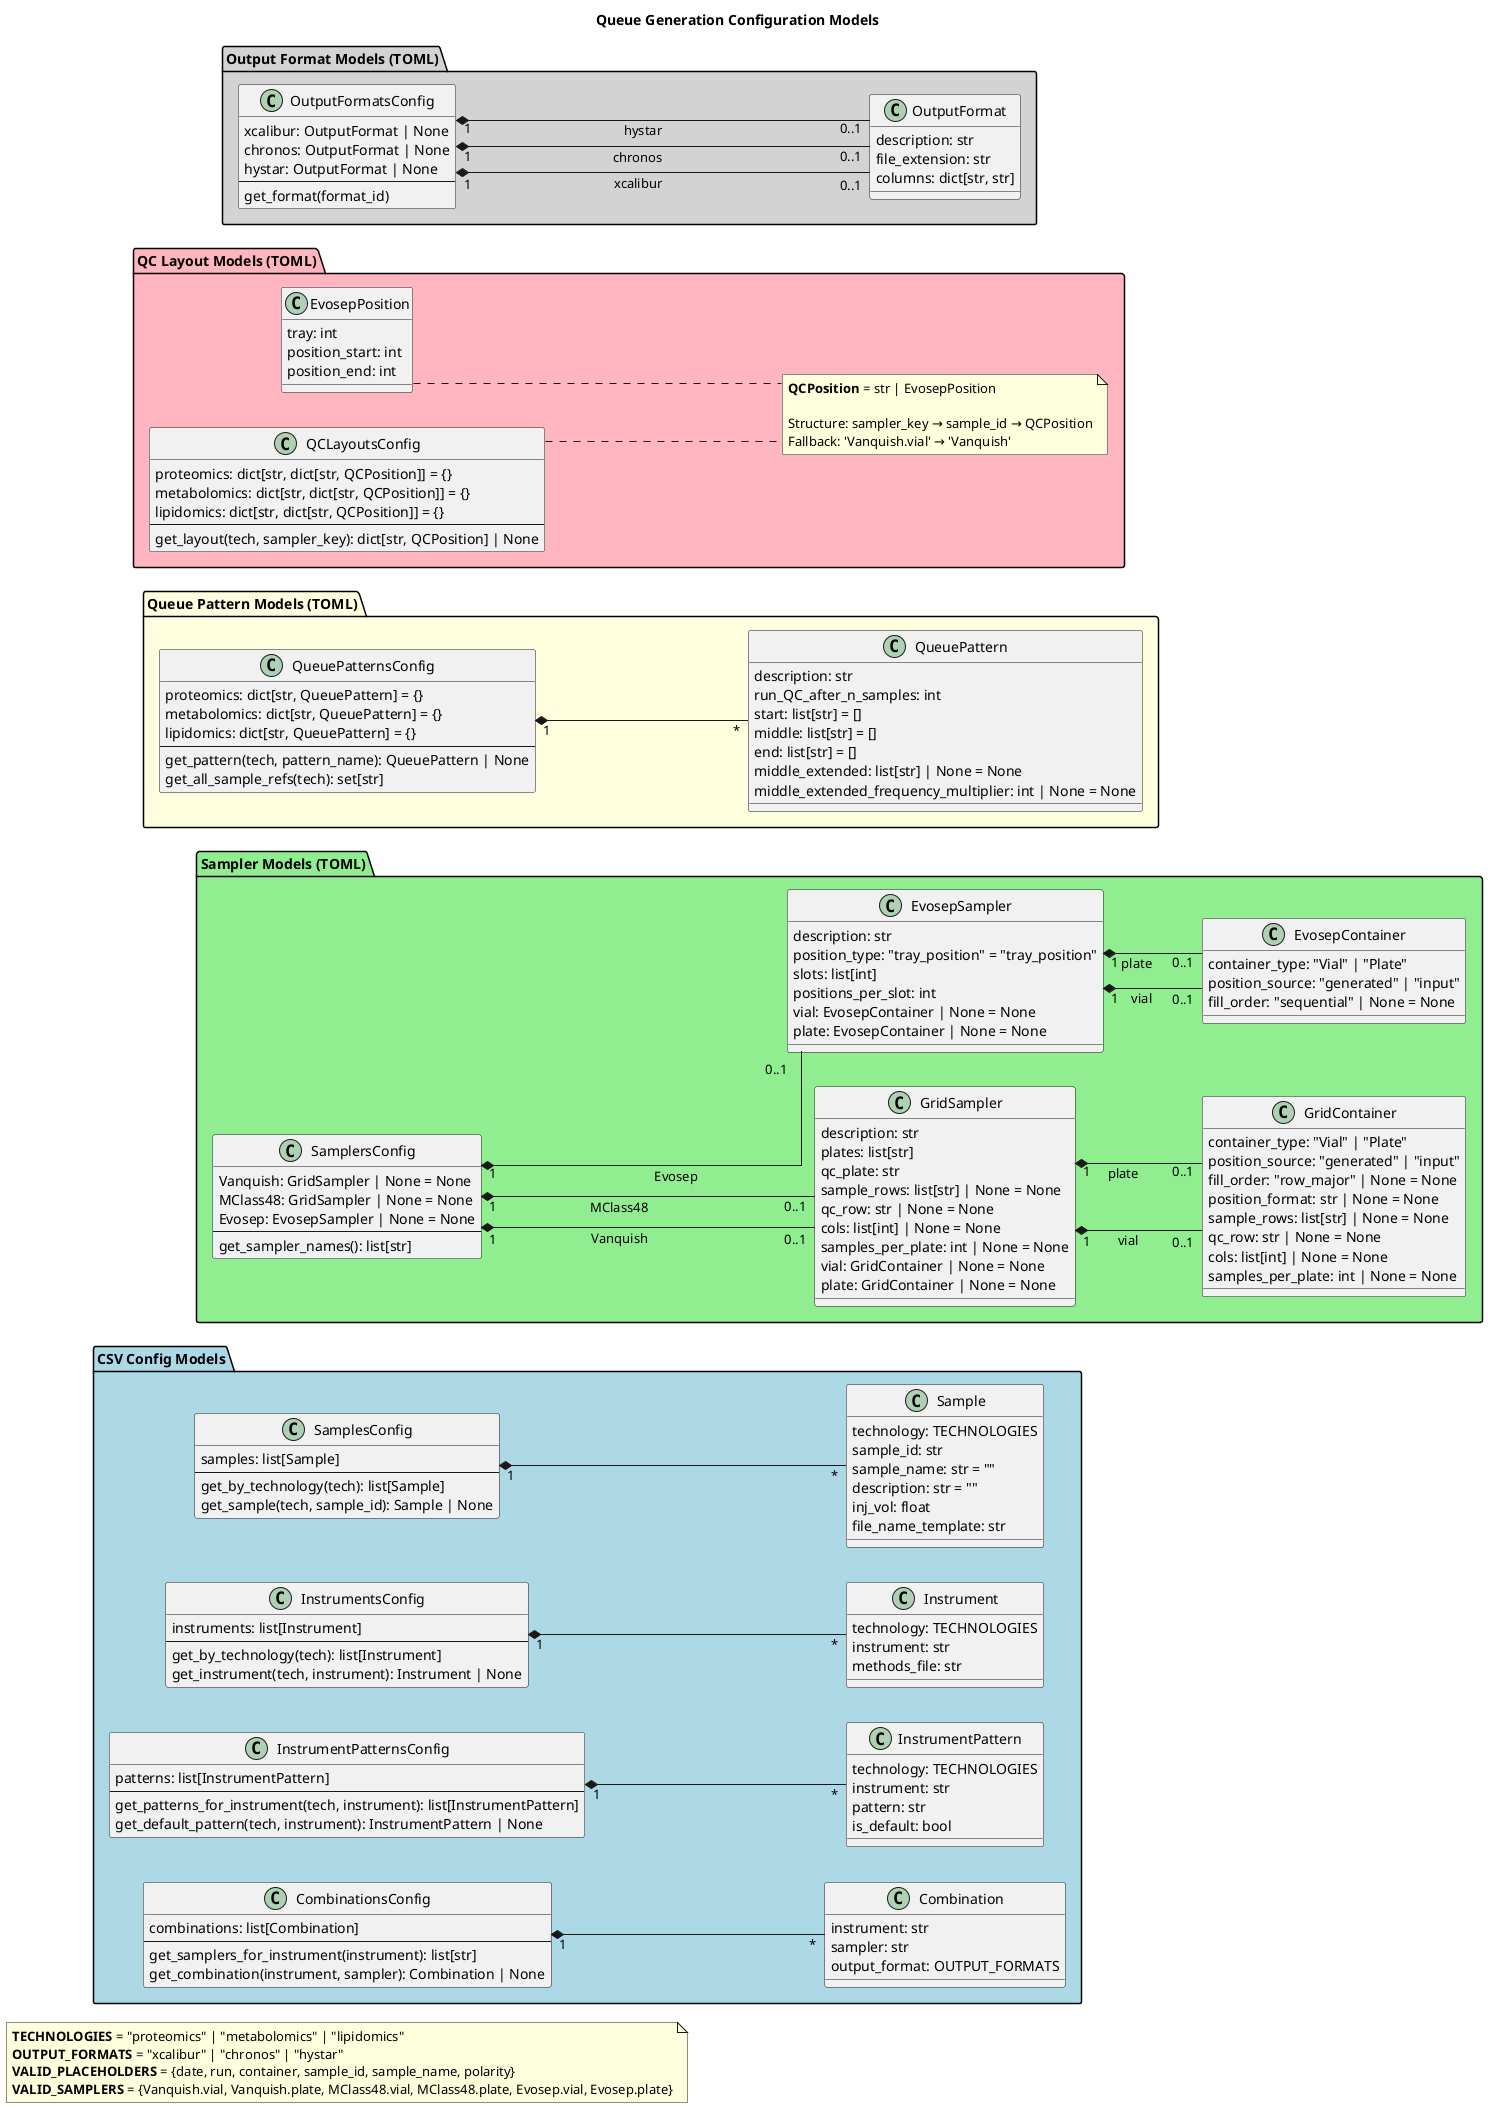
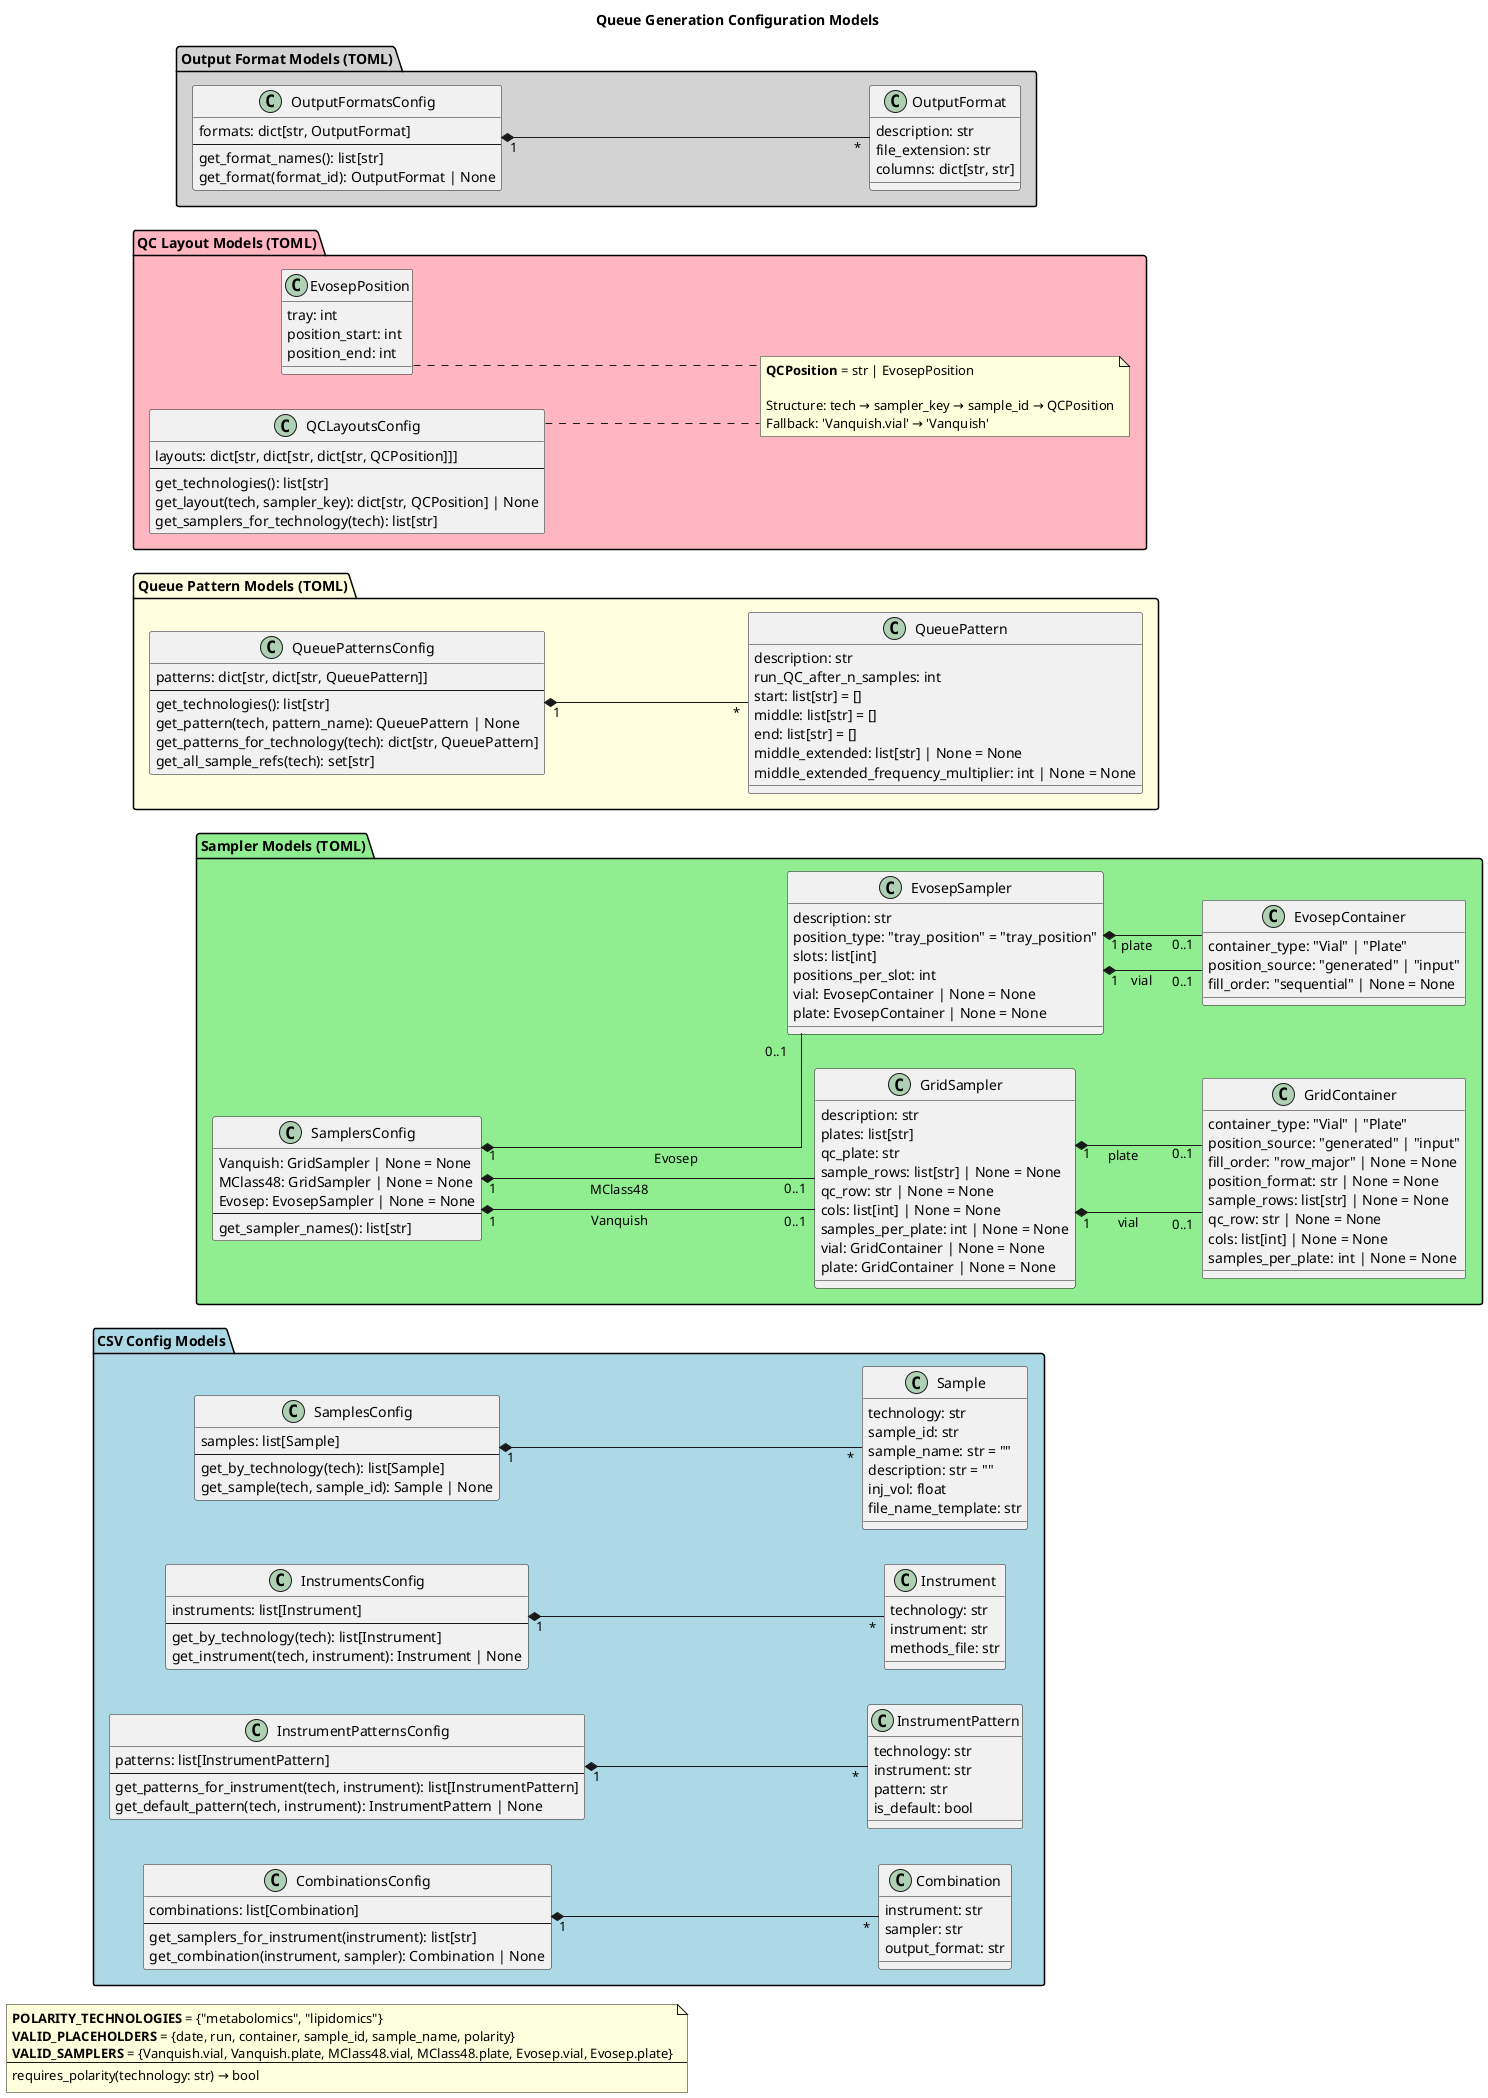
@startuml models
skinparam classAttributeIconSize 0
skinparam linetype ortho
left to right direction

title Queue Generation Configuration Models

' ============ Constants ============

note as Constants
-   **TECHNOLOGIES** = "proteomics" | "metabolomics" | "lipidomics"
-   **OUTPUT_FORMATS** = "xcalibur" | "chronos" | "hystar"
+   **POLARITY_TECHNOLOGIES** = {"metabolomics", "lipidomics"}
  **VALID_PLACEHOLDERS** = {date, run, container, sample_id, sample_name, polarity}
  **VALID_SAMPLERS** = {Vanquish.vial, Vanquish.plate, MClass48.vial, MClass48.plate, Evosep.vial, Evosep.plate}
+   --
+   requires_polarity(technology: str) → bool
end note

' ============ CSV-based Config Models ============

package "CSV Config Models" #LightBlue {
    class Sample {
-         technology: TECHNOLOGIES
+         technology: str
        sample_id: str
        sample_name: str = ""
        description: str = ""
        inj_vol: float
        file_name_template: str
    }

    class SamplesConfig {
        samples: list[Sample]
        --
        get_by_technology(tech): list[Sample]
        get_sample(tech, sample_id): Sample | None
    }

    class Instrument {
-         technology: TECHNOLOGIES
+         technology: str
        instrument: str
        methods_file: str
    }

    class InstrumentsConfig {
        instruments: list[Instrument]
        --
        get_by_technology(tech): list[Instrument]
        get_instrument(tech, instrument): Instrument | None
    }

    class InstrumentPattern {
-         technology: TECHNOLOGIES
+         technology: str
        instrument: str
        pattern: str
        is_default: bool
    }

    class InstrumentPatternsConfig {
        patterns: list[InstrumentPattern]
        --
        get_patterns_for_instrument(tech, instrument): list[InstrumentPattern]
        get_default_pattern(tech, instrument): InstrumentPattern | None
    }

    class Combination {
        instrument: str
        sampler: str
-         output_format: OUTPUT_FORMATS
+         output_format: str
    }

    class CombinationsConfig {
        combinations: list[Combination]
        --
        get_samplers_for_instrument(instrument): list[str]
        get_combination(instrument, sampler): Combination | None
    }

    SamplesConfig "1" *-- "*" Sample
    InstrumentsConfig "1" *-- "*" Instrument
    InstrumentPatternsConfig "1" *-- "*" InstrumentPattern
    CombinationsConfig "1" *-- "*" Combination
}

' ============ Sampler Models (TOML) ============

package "Sampler Models (TOML)" #LightGreen {
    class GridContainer {
        container_type: "Vial" | "Plate"
        position_source: "generated" | "input"
        fill_order: "row_major" | None = None
        position_format: str | None = None
        sample_rows: list[str] | None = None
        qc_row: str | None = None
        cols: list[int] | None = None
        samples_per_plate: int | None = None
    }

    class EvosepContainer {
        container_type: "Vial" | "Plate"
        position_source: "generated" | "input"
        fill_order: "sequential" | None = None
    }

    class GridSampler {
        description: str
        plates: list[str]
        qc_plate: str
        sample_rows: list[str] | None = None
        qc_row: str | None = None
        cols: list[int] | None = None
        samples_per_plate: int | None = None
        vial: GridContainer | None = None
        plate: GridContainer | None = None
    }

    class EvosepSampler {
        description: str
        position_type: "tray_position" = "tray_position"
        slots: list[int]
        positions_per_slot: int
        vial: EvosepContainer | None = None
        plate: EvosepContainer | None = None
    }

    class SamplersConfig {
        Vanquish: GridSampler | None = None
        MClass48: GridSampler | None = None
        Evosep: EvosepSampler | None = None
        --
        get_sampler_names(): list[str]
    }

    GridSampler "1" *-- "0..1" GridContainer : vial
    GridSampler "1" *-- "0..1" GridContainer : plate
    EvosepSampler "1" *-- "0..1" EvosepContainer : vial
    EvosepSampler "1" *-- "0..1" EvosepContainer : plate
    SamplersConfig "1" *-- "0..1" GridSampler : Vanquish
    SamplersConfig "1" *-- "0..1" GridSampler : MClass48
    SamplersConfig "1" *-- "0..1" EvosepSampler : Evosep
}

' ============ Queue Pattern Models (TOML) ============

package "Queue Pattern Models (TOML)" #LightYellow {
    class QueuePattern {
        description: str
        run_QC_after_n_samples: int
        start: list[str] = []
        middle: list[str] = []
        end: list[str] = []
        middle_extended: list[str] | None = None
        middle_extended_frequency_multiplier: int | None = None
    }

    class QueuePatternsConfig {
-         proteomics: dict[str, QueuePattern] = {}
-         metabolomics: dict[str, QueuePattern] = {}
-         lipidomics: dict[str, QueuePattern] = {}
-         --
+         patterns: dict[str, dict[str, QueuePattern]]
+         --
+         get_technologies(): list[str]
        get_pattern(tech, pattern_name): QueuePattern | None
+         get_patterns_for_technology(tech): dict[str, QueuePattern]
        get_all_sample_refs(tech): set[str]
    }

    QueuePatternsConfig "1" *-- "*" QueuePattern
}

' ============ QC Layout Models (TOML) ============

package "QC Layout Models (TOML)" #LightPink {
    class EvosepPosition {
        tray: int
        position_start: int
        position_end: int
    }

    class QCLayoutsConfig {
-         proteomics: dict[str, dict[str, QCPosition]] = {}
-         metabolomics: dict[str, dict[str, QCPosition]] = {}
-         lipidomics: dict[str, dict[str, QCPosition]] = {}
-         --
+         layouts: dict[str, dict[str, dict[str, QCPosition]]]
+         --
+         get_technologies(): list[str]
        get_layout(tech, sampler_key): dict[str, QCPosition] | None
-     }
- 
-     note "**QCPosition** = str | EvosepPosition\n\nStructure: sampler_key → sample_id → QCPosition\nFallback: 'Vanquish.vial' → 'Vanquish'" as N1
+         get_samplers_for_technology(tech): list[str]
+     }
+ 
+     note "**QCPosition** = str | EvosepPosition\n\nStructure: tech → sampler_key → sample_id → QCPosition\nFallback: 'Vanquish.vial' → 'Vanquish'" as N1
    QCLayoutsConfig .. N1
    EvosepPosition .. N1
}

' ============ Output Format Models (TOML) ============

package "Output Format Models (TOML)" #LightGray {
    class OutputFormat {
        description: str
        file_extension: str
        columns: dict[str, str]
    }

    class OutputFormatsConfig {
-         xcalibur: OutputFormat | None
-         chronos: OutputFormat | None
-         hystar: OutputFormat | None
-         --
-         get_format(format_id)
-     }
- 
-     OutputFormatsConfig "1" *-- "0..1" OutputFormat : xcalibur
-     OutputFormatsConfig "1" *-- "0..1" OutputFormat : chronos
-     OutputFormatsConfig "1" *-- "0..1" OutputFormat : hystar
+         formats: dict[str, OutputFormat]
+         --
+         get_format_names(): list[str]
+         get_format(format_id): OutputFormat | None
+     }
+ 
+     OutputFormatsConfig "1" *-- "*" OutputFormat
}

@enduml
